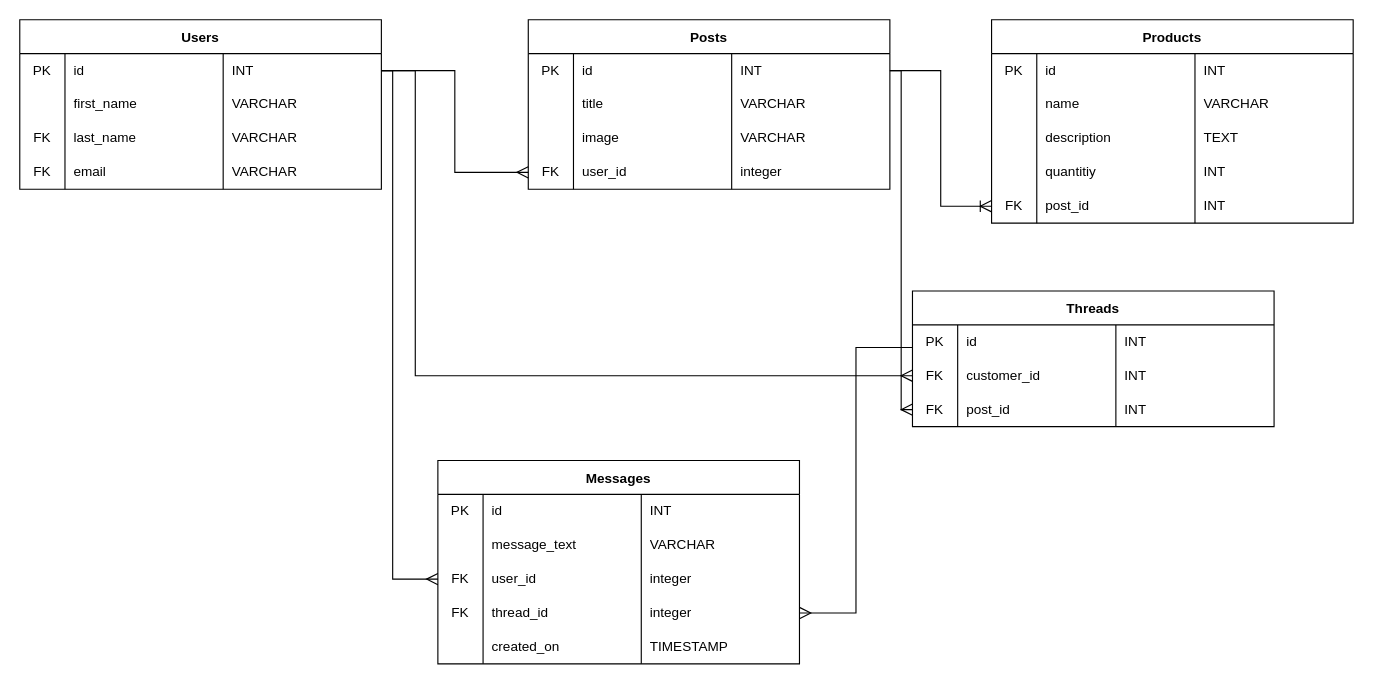
Before: db/erd.drawio in IvySMac/Project-2, a draw.io diagram. Source tidied: cells renumbered, new cells numbered last; positions are measured from the earlier drawing's top-left corner, leaving out a move shared by most shapes. Both pictures are drawn from the tidied source at 113%, with x=0, y=0 at pixel (19, 19).
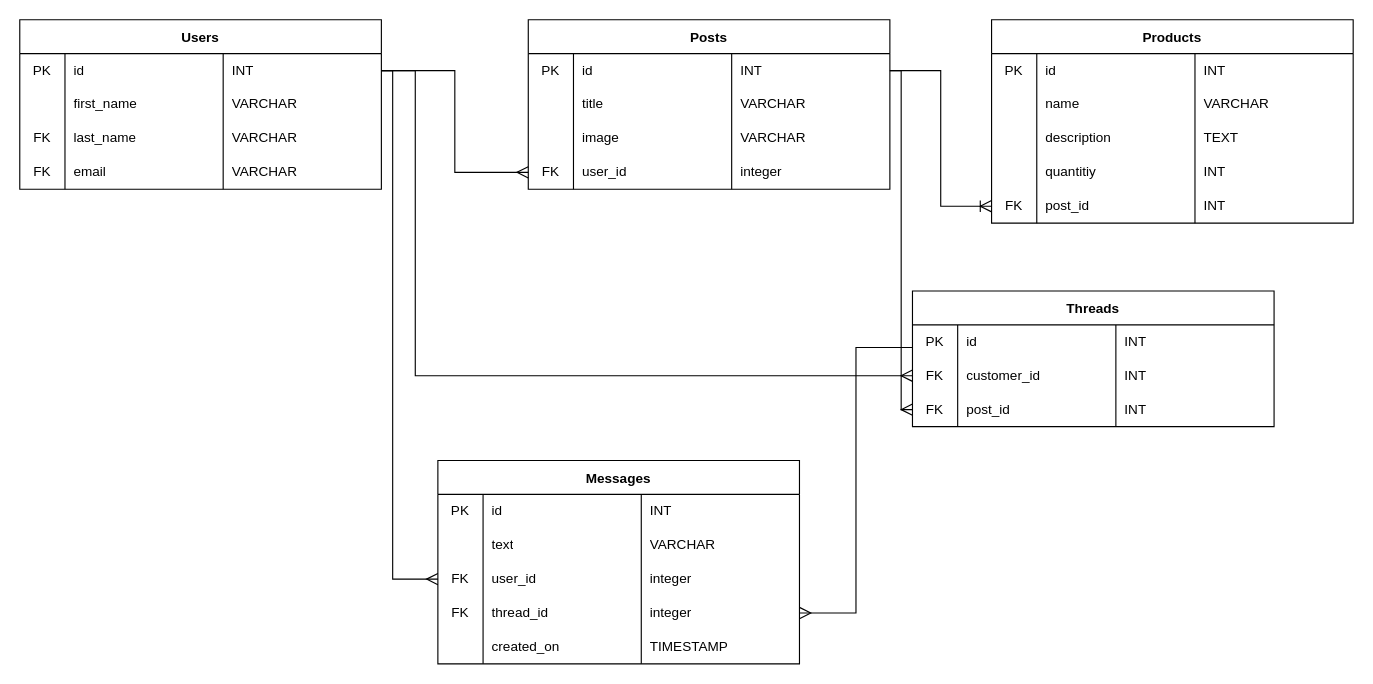
The same diagram, later.

The change refers to these unchanged cells:
```xml
<mxCell id="7" style="shape=tableRow;horizontal=0;startSize=0;swimlaneHead=0;swimlaneBody=0;top=0;left=0;bottom=0;right=0;fillColor=none;" parent="2" vertex="1">
  <mxGeometry y="60" width="320" height="30" as="geometry" />
</mxCell>
```

Diff of the diagram source:
```diff
@@
-    <mxCell id="9" value="message_text" style="shape=partialRectangle;html=1;whiteSpace=wrap;fillColor=none;top=0;left=0;bottom=0;right=0;align=left;spacingLeft=6;overflow=hidden;" parent="7" vertex="1">
+    <mxCell id="9" value="text" style="shape=partialRectangle;html=1;whiteSpace=wrap;fillColor=none;top=0;left=0;bottom=0;right=0;align=left;spacingLeft=6;overflow=hidden;" parent="7" vertex="1">
       <mxGeometry x="40" width="140" height="30" as="geometry" />
     </mxCell>
```
